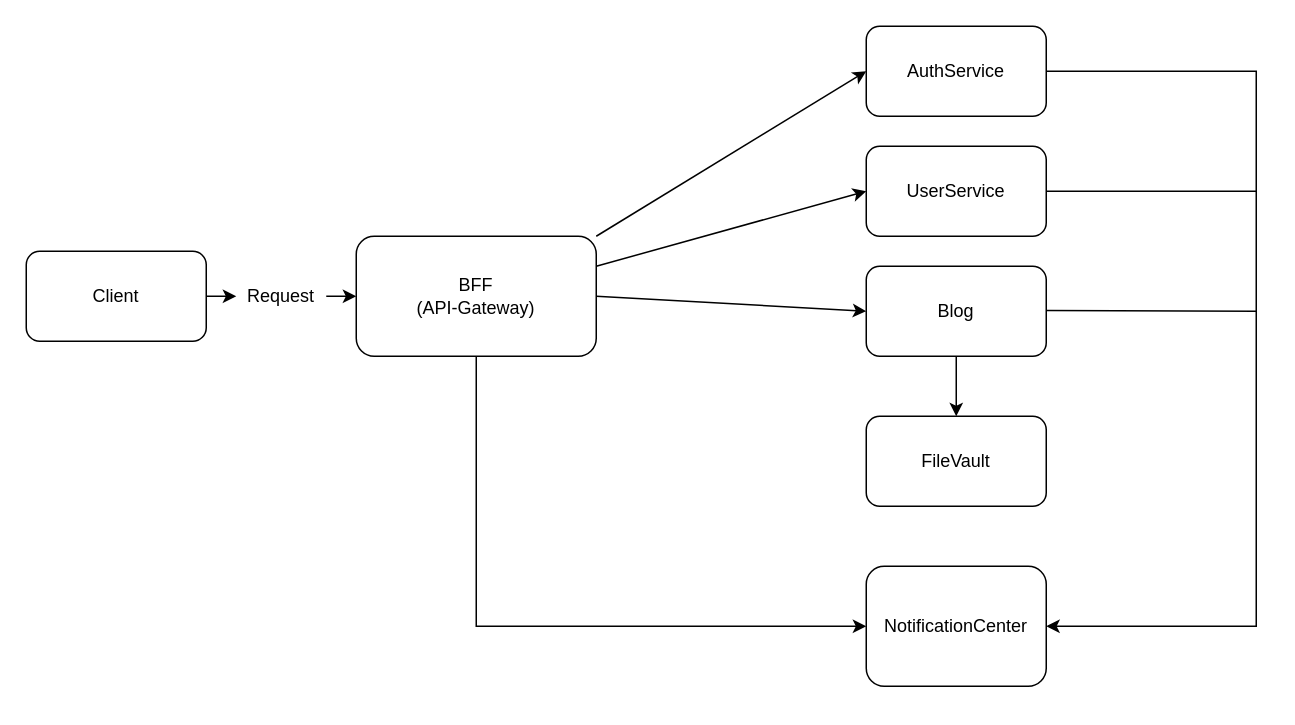
This is specification.drawio from htmlacademy-nestjs/1762019-readme-9, a draw.io file, before an edit. Source tidied: cells renumbered, new cells numbered last; positions are measured from the earlier drawing's top-left corner, leaving out a move shared by most shapes. Both pictures are drawn from the tidied source at 150%, with x=0, y=0 at pixel (26, 26).
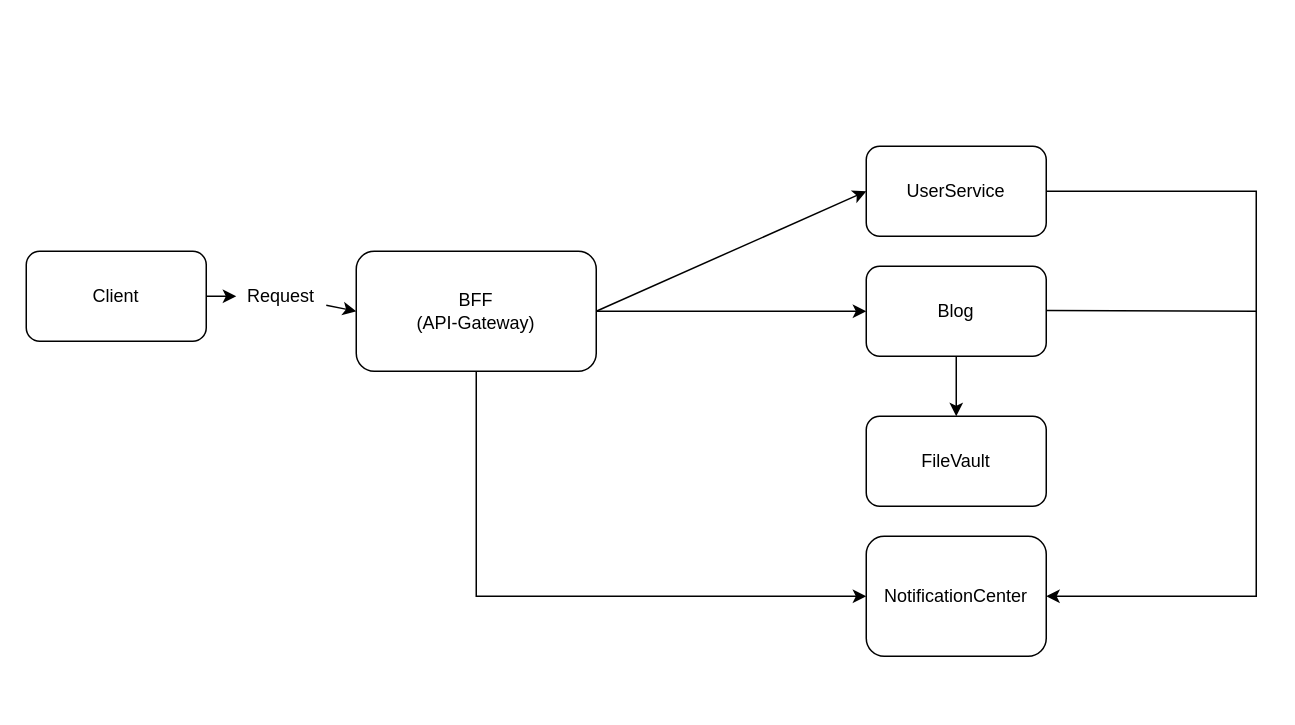
The same page after the edit.

Unchanged cells that the change refers to:
```xml
<mxCell id="4" value="UserService" style="rounded=1;whiteSpace=wrap;html=1;" parent="1" vertex="1">
  <mxGeometry x="560" y="80" width="120" height="60" as="geometry" />
</mxCell>
```

Diff of the diagram source:
```diff
@@
-    <mxCell id="2" style="edgeStyle=orthogonalEdgeStyle;rounded=0;jettySize=auto;html=1;exitX=1;exitY=0.5;exitDx=0;exitDy=0;entryX=1;entryY=0.5;entryDx=0;entryDy=0;" parent="1" edge="1" source="3" target="7">
+    <mxCell id="2" style="edgeStyle=orthogonalEdgeStyle;rounded=0;orthogonalLoop=1;jettySize=auto;html=1;entryX=1;entryY=0.5;entryDx=0;entryDy=0;" parent="1" edge="1">
       <mxGeometry relative="1" as="geometry">
+        <mxPoint x="680" y="90" as="sourcePoint" />
+        <mxPoint x="680" y="380" as="targetPoint" />
         <Array as="points">
-          <mxPoint x="820" y="30" />
-          <mxPoint x="820" y="400" />
+          <mxPoint x="680" y="110" />
+          <mxPoint x="820" y="110" />
+          <mxPoint x="820" y="380" />
         </Array>
       </mxGeometry>
     </mxCell>
-    <mxCell id="3" value="AuthService" style="rounded=1;whiteSpace=wrap;html=1;" parent="1" vertex="1">
-      <mxGeometry x="560" width="120" height="60" as="geometry" />
-    </mxCell>
@@
     <mxCell id="7" value="NotificationCenter" style="rounded=1;whiteSpace=wrap;html=1;" parent="1" vertex="1">
-      <mxGeometry x="560" y="360" width="120" height="80" as="geometry" />
+      <mxGeometry x="560" y="340" width="120" height="80" as="geometry" />
     </mxCell>
     <mxCell id="8" value="BFF&lt;div&gt;(API-Gateway)&lt;/div&gt;" style="rounded=1;whiteSpace=wrap;html=1;" parent="1" vertex="1">
-      <mxGeometry x="220" y="140" width="160" height="80" as="geometry" />
+      <mxGeometry x="220" y="150" width="160" height="80" as="geometry" />
     </mxCell>
@@
-    <mxCell id="13" style="endArrow=classic;startArrow=none;html=1;rounded=0;entryX=0;entryY=0.5;entryDx=0;entryDy=0;exitX=1;exitY=0;exitDx=0;exitDy=0;startFill=0;" parent="1" edge="1" source="8" target="3">
-      <mxGeometry relative="1" as="geometry" />
-    </mxCell>
-    <mxCell id="14" style="endArrow=classic;startArrow=none;html=1;rounded=0;entryX=0;entryY=0.5;entryDx=0;entryDy=0;exitX=1;exitY=0.25;exitDx=0;exitDy=0;startFill=0;" parent="1" edge="1" source="8" target="4">
+    <mxCell id="14" style="endArrow=classic;startArrow=none;html=1;rounded=0;entryX=0;entryY=0.5;entryDx=0;entryDy=0;exitX=1;exitY=0.5;exitDx=0;exitDy=0;startFill=0;" parent="1" edge="1" source="8" target="4">
       <mxGeometry relative="1" as="geometry" />
     </mxCell>
@@
-    <mxCell id="16" style="endArrow=none;html=1;rounded=0;exitX=1;exitY=0.5;exitDx=0;exitDy=0;" parent="1" edge="1" source="4">
-      <mxGeometry relative="1" as="geometry">
-        <mxPoint x="820" y="110" as="targetPoint" />
-      </mxGeometry>
-    </mxCell>
@@
     <mxCell id="20" style="endArrow=classic;html=1;rounded=0;entryX=0;entryY=0.5;entryDx=0;entryDy=0;exitX=0.5;exitY=1;exitDx=0;exitDy=0;" parent="1" edge="1" source="8" target="7">
       <mxGeometry relative="1" as="geometry">
         <Array as="points">
-          <mxPoint x="300" y="400" />
+          <mxPoint x="300" y="380" />
         </Array>
       </mxGeometry>
     </mxCell>
```
